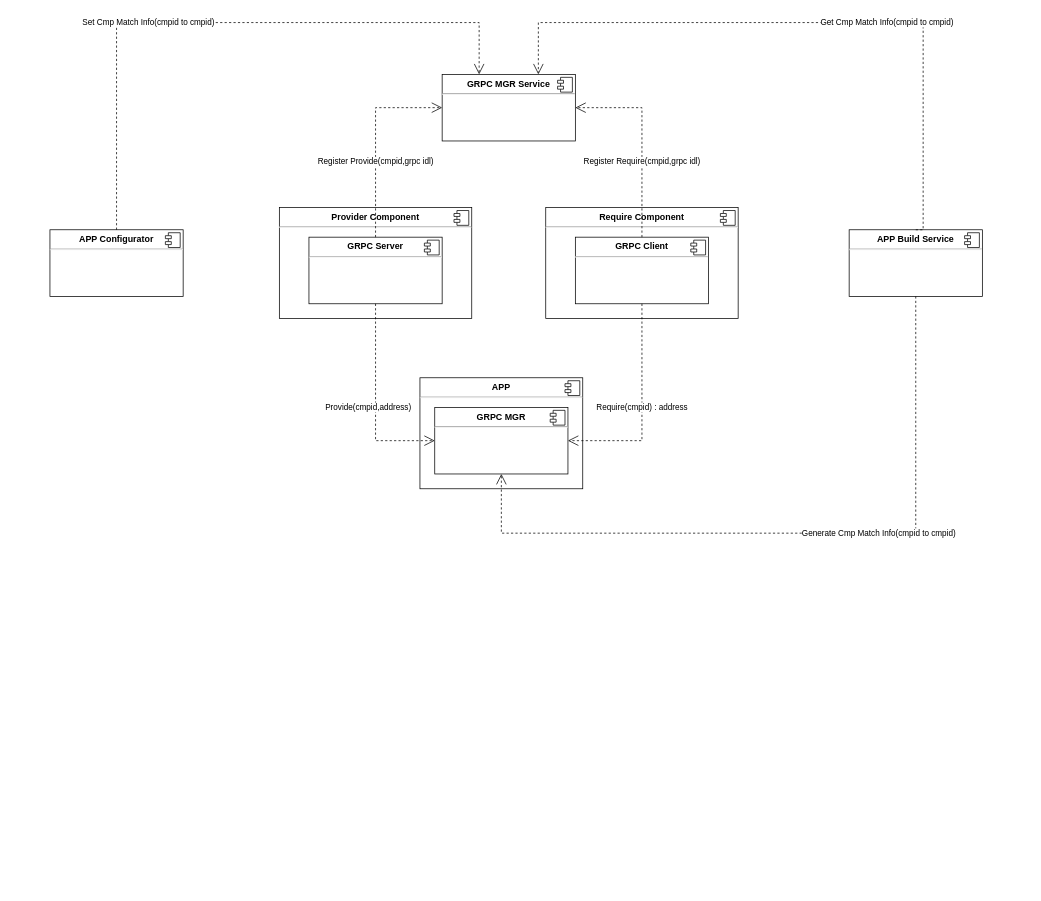
This is page "GRPC 解耦方案设计" (25 of 25) of nd-apf.drawio from kwhitestone/drawio, a draw.io file, before an edit. Source tidied: cells renumbered, new cells numbered last; positions are measured from the earlier drawing's top-left corner, leaving out a move shared by most shapes. Both pictures are drawn from the tidied source at 74%, with x=0, y=0 at pixel (50, 22).
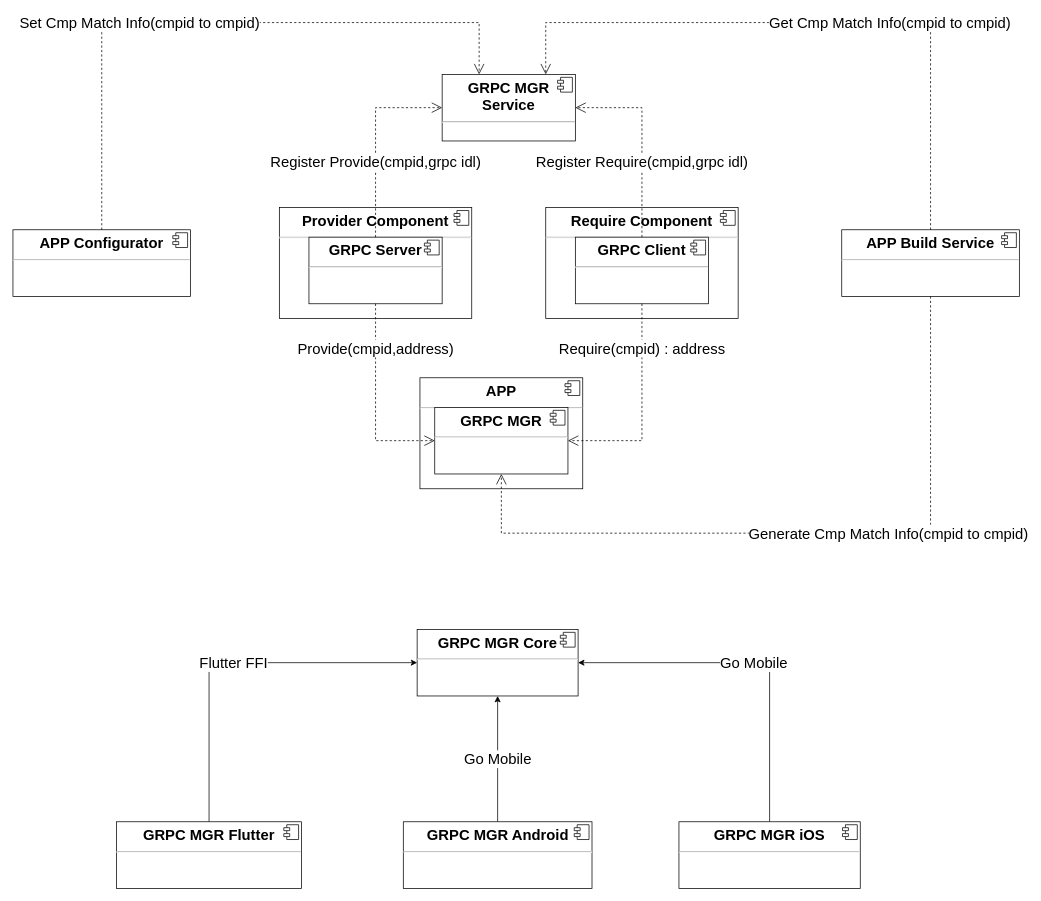
After the change.

What changed in the source:
```diff
@@
-    <mxCell id="2" value="&lt;p style=&quot;margin:0px;margin-top:6px;text-align:center;&quot;&gt;&lt;b&gt;Provider Component&lt;/b&gt;&lt;/p&gt;&lt;hr&gt;&lt;p style=&quot;margin:0px;margin-left:8px;&quot;&gt;&lt;br&gt;&lt;/p&gt;" style="align=left;overflow=fill;html=1;whiteSpace=wrap;" parent="1" vertex="1">
+    <mxCell id="2" value="&lt;p style=&quot;margin: 6px 0px 0px; text-align: center; font-size: 20px;&quot;&gt;&lt;b style=&quot;font-size: 20px;&quot;&gt;Provider Component&lt;/b&gt;&lt;/p&gt;&lt;hr style=&quot;font-size: 20px;&quot;&gt;&lt;p style=&quot;margin: 0px 0px 0px 8px; font-size: 20px;&quot;&gt;&lt;br style=&quot;font-size: 20px;&quot;&gt;&lt;/p&gt;" style="align=left;overflow=fill;html=1;whiteSpace=wrap;fontSize=20;" parent="1" vertex="1">
       <mxGeometry x="310" y="250" width="260" height="150" as="geometry" />
     </mxCell>
-    <mxCell id="3" style="shape=component;jettyWidth=8;jettyHeight=4;" parent="2" vertex="1">
+    <mxCell id="3" style="shape=component;jettyWidth=8;jettyHeight=4;fontSize=20;" parent="2" vertex="1">
       <mxGeometry x="1" width="20" height="20" relative="1" as="geometry">
         <mxPoint x="-24" y="4" as="offset" />
       </mxGeometry>
     </mxCell>
-    <mxCell id="4" value="&lt;p style=&quot;margin:0px;margin-top:6px;text-align:center;&quot;&gt;&lt;b&gt;Require Component&lt;/b&gt;&lt;/p&gt;&lt;hr&gt;&lt;p style=&quot;margin:0px;margin-left:8px;&quot;&gt;&lt;br&gt;&lt;/p&gt;" style="align=left;overflow=fill;html=1;whiteSpace=wrap;" parent="1" vertex="1">
+    <mxCell id="4" value="&lt;p style=&quot;margin: 6px 0px 0px; text-align: center; font-size: 20px;&quot;&gt;&lt;b style=&quot;font-size: 20px;&quot;&gt;Require Component&lt;/b&gt;&lt;/p&gt;&lt;hr style=&quot;font-size: 20px;&quot;&gt;&lt;p style=&quot;margin: 0px 0px 0px 8px; font-size: 20px;&quot;&gt;&lt;br style=&quot;font-size: 20px;&quot;&gt;&lt;/p&gt;" style="align=left;overflow=fill;html=1;whiteSpace=wrap;fontSize=20;" parent="1" vertex="1">
       <mxGeometry x="670" y="250" width="260" height="150" as="geometry" />
     </mxCell>
-    <mxCell id="5" style="shape=component;jettyWidth=8;jettyHeight=4;" parent="4" vertex="1">
+    <mxCell id="5" style="shape=component;jettyWidth=8;jettyHeight=4;fontSize=20;" parent="4" vertex="1">
       <mxGeometry x="1" width="20" height="20" relative="1" as="geometry">
         <mxPoint x="-24" y="4" as="offset" />
       </mxGeometry>
     </mxCell>
-    <mxCell id="6" value="&lt;p style=&quot;margin:0px;margin-top:6px;text-align:center;&quot;&gt;&lt;b&gt;GRPC Server&lt;/b&gt;&lt;/p&gt;&lt;hr&gt;&lt;p style=&quot;margin:0px;margin-left:8px;&quot;&gt;&lt;br&gt;&lt;/p&gt;" style="align=left;overflow=fill;html=1;whiteSpace=wrap;" parent="1" vertex="1">
+    <mxCell id="6" value="&lt;p style=&quot;margin: 6px 0px 0px; text-align: center; font-size: 20px;&quot;&gt;&lt;b style=&quot;font-size: 20px;&quot;&gt;GRPC Server&lt;/b&gt;&lt;/p&gt;&lt;hr style=&quot;font-size: 20px;&quot;&gt;&lt;p style=&quot;margin: 0px 0px 0px 8px; font-size: 20px;&quot;&gt;&lt;br style=&quot;font-size: 20px;&quot;&gt;&lt;/p&gt;" style="align=left;overflow=fill;html=1;whiteSpace=wrap;fontSize=20;" parent="1" vertex="1">
       <mxGeometry x="350" y="290" width="180" height="90" as="geometry" />
     </mxCell>
-    <mxCell id="7" style="shape=component;jettyWidth=8;jettyHeight=4;" parent="6" vertex="1">
+    <mxCell id="7" style="shape=component;jettyWidth=8;jettyHeight=4;fontSize=20;" parent="6" vertex="1">
       <mxGeometry x="1" width="20" height="20" relative="1" as="geometry">
         <mxPoint x="-24" y="4" as="offset" />
       </mxGeometry>
     </mxCell>
-    <mxCell id="8" value="&lt;p style=&quot;margin:0px;margin-top:6px;text-align:center;&quot;&gt;&lt;b&gt;GRPC Client&lt;/b&gt;&lt;/p&gt;&lt;hr&gt;&lt;p style=&quot;margin:0px;margin-left:8px;&quot;&gt;&lt;br&gt;&lt;/p&gt;" style="align=left;overflow=fill;html=1;whiteSpace=wrap;" parent="1" vertex="1">
+    <mxCell id="8" value="&lt;p style=&quot;margin: 6px 0px 0px; text-align: center; font-size: 20px;&quot;&gt;&lt;b style=&quot;font-size: 20px;&quot;&gt;GRPC Client&lt;/b&gt;&lt;/p&gt;&lt;hr style=&quot;font-size: 20px;&quot;&gt;&lt;p style=&quot;margin: 0px 0px 0px 8px; font-size: 20px;&quot;&gt;&lt;br style=&quot;font-size: 20px;&quot;&gt;&lt;/p&gt;" style="align=left;overflow=fill;html=1;whiteSpace=wrap;fontSize=20;" parent="1" vertex="1">
       <mxGeometry x="710" y="290" width="180" height="90" as="geometry" />
     </mxCell>
-    <mxCell id="9" style="shape=component;jettyWidth=8;jettyHeight=4;" parent="8" vertex="1">
+    <mxCell id="9" style="shape=component;jettyWidth=8;jettyHeight=4;fontSize=20;" parent="8" vertex="1">
       <mxGeometry x="1" width="20" height="20" relative="1" as="geometry">
         <mxPoint x="-24" y="4" as="offset" />
       </mxGeometry>
     </mxCell>
-    <mxCell id="10" value="&lt;p style=&quot;margin:0px;margin-top:6px;text-align:center;&quot;&gt;&lt;b&gt;APP&lt;/b&gt;&lt;/p&gt;&lt;hr&gt;&lt;p style=&quot;margin:0px;margin-left:8px;&quot;&gt;&lt;br&gt;&lt;/p&gt;" style="align=left;overflow=fill;html=1;whiteSpace=wrap;" parent="1" vertex="1">
+    <mxCell id="10" value="&lt;p style=&quot;margin: 6px 0px 0px; text-align: center; font-size: 20px;&quot;&gt;&lt;b style=&quot;font-size: 20px;&quot;&gt;APP&lt;/b&gt;&lt;/p&gt;&lt;hr style=&quot;font-size: 20px;&quot;&gt;&lt;p style=&quot;margin: 0px 0px 0px 8px; font-size: 20px;&quot;&gt;&lt;br style=&quot;font-size: 20px;&quot;&gt;&lt;/p&gt;" style="align=left;overflow=fill;html=1;whiteSpace=wrap;fontSize=20;" parent="1" vertex="1">
       <mxGeometry x="500" y="480" width="220" height="150" as="geometry" />
     </mxCell>
-    <mxCell id="11" style="shape=component;jettyWidth=8;jettyHeight=4;" parent="10" vertex="1">
+    <mxCell id="11" style="shape=component;jettyWidth=8;jettyHeight=4;fontSize=20;" parent="10" vertex="1">
       <mxGeometry x="1" width="20" height="20" relative="1" as="geometry">
         <mxPoint x="-24" y="4" as="offset" />
       </mxGeometry>
     </mxCell>
-    <mxCell id="12" value="&lt;p style=&quot;margin:0px;margin-top:6px;text-align:center;&quot;&gt;&lt;b&gt;GRPC MGR&lt;/b&gt;&lt;/p&gt;&lt;hr&gt;&lt;p style=&quot;margin:0px;margin-left:8px;&quot;&gt;&lt;br&gt;&lt;/p&gt;" style="align=left;overflow=fill;html=1;whiteSpace=wrap;" parent="1" vertex="1">
+    <mxCell id="12" value="&lt;p style=&quot;margin: 6px 0px 0px; text-align: center; font-size: 20px;&quot;&gt;&lt;b style=&quot;font-size: 20px;&quot;&gt;GRPC MGR&lt;/b&gt;&lt;/p&gt;&lt;hr style=&quot;font-size: 20px;&quot;&gt;&lt;p style=&quot;margin: 0px 0px 0px 8px; font-size: 20px;&quot;&gt;&lt;br style=&quot;font-size: 20px;&quot;&gt;&lt;/p&gt;" style="align=left;overflow=fill;html=1;whiteSpace=wrap;fontSize=20;" parent="1" vertex="1">
       <mxGeometry x="520" y="520" width="180" height="90" as="geometry" />
     </mxCell>
-    <mxCell id="13" style="shape=component;jettyWidth=8;jettyHeight=4;" parent="12" vertex="1">
+    <mxCell id="13" style="shape=component;jettyWidth=8;jettyHeight=4;fontSize=20;" parent="12" vertex="1">
       <mxGeometry x="1" width="20" height="20" relative="1" as="geometry">
         <mxPoint x="-24" y="4" as="offset" />
       </mxGeometry>
     </mxCell>
-    <mxCell id="14" value="Provide(cmpid,address)" style="endArrow=open;endSize=12;dashed=1;html=1;rounded=0;exitX=0.5;exitY=1;exitDx=0;exitDy=0;entryX=0;entryY=0.5;entryDx=0;entryDy=0;edgeStyle=orthogonalEdgeStyle;" parent="1" edge="1" source="6" target="12">
-      <mxGeometry x="0.06" y="-10" relative="1" as="geometry" />
+    <mxCell id="14" value="Provide(cmpid,address)" style="endArrow=open;endSize=12;dashed=1;html=1;rounded=0;exitX=0.5;exitY=1;exitDx=0;exitDy=0;entryX=0;entryY=0.5;entryDx=0;entryDy=0;edgeStyle=orthogonalEdgeStyle;fontSize=20;" parent="1" edge="1" source="6" target="12">
+      <mxGeometry x="-0.55" relative="1" as="geometry" />
     </mxCell>
-    <mxCell id="15" value="Require(cmpid) : address" style="endArrow=open;endSize=12;dashed=1;html=1;rounded=0;exitX=0.5;exitY=1;exitDx=0;exitDy=0;entryX=1;entryY=0.5;entryDx=0;entryDy=0;edgeStyle=orthogonalEdgeStyle;" parent="1" edge="1" source="8" target="12">
-      <mxGeometry x="-0.02" relative="1" as="geometry" />
+    <mxCell id="15" value="Require(cmpid) : address" style="endArrow=open;endSize=12;dashed=1;html=1;rounded=0;exitX=0.5;exitY=1;exitDx=0;exitDy=0;entryX=1;entryY=0.5;entryDx=0;entryDy=0;edgeStyle=orthogonalEdgeStyle;fontSize=20;" parent="1" edge="1" source="8" target="12">
+      <mxGeometry x="-0.58" relative="1" as="geometry" />
     </mxCell>
-    <mxCell id="16" value="&lt;p style=&quot;margin:0px;margin-top:6px;text-align:center;&quot;&gt;&lt;b&gt;GRPC MGR Service&lt;/b&gt;&lt;/p&gt;&lt;hr&gt;&lt;p style=&quot;margin:0px;margin-left:8px;&quot;&gt;&lt;br&gt;&lt;/p&gt;" style="align=left;overflow=fill;html=1;whiteSpace=wrap;" parent="1" vertex="1">
+    <mxCell id="16" value="&lt;p style=&quot;margin: 6px 0px 0px; text-align: center; font-size: 20px;&quot;&gt;&lt;b style=&quot;font-size: 20px;&quot;&gt;GRPC MGR Service&lt;/b&gt;&lt;/p&gt;&lt;hr style=&quot;font-size: 20px;&quot;&gt;&lt;p style=&quot;margin: 0px 0px 0px 8px; font-size: 20px;&quot;&gt;&lt;br style=&quot;font-size: 20px;&quot;&gt;&lt;/p&gt;" style="align=left;overflow=fill;html=1;whiteSpace=wrap;fontSize=20;" parent="1" vertex="1">
       <mxGeometry x="530" y="70" width="180" height="90" as="geometry" />
     </mxCell>
-    <mxCell id="17" style="shape=component;jettyWidth=8;jettyHeight=4;" parent="16" vertex="1">
+    <mxCell id="17" style="shape=component;jettyWidth=8;jettyHeight=4;fontSize=20;" parent="16" vertex="1">
       <mxGeometry x="1" width="20" height="20" relative="1" as="geometry">
         <mxPoint x="-24" y="4" as="offset" />
       </mxGeometry>
     </mxCell>
-    <mxCell id="18" value="Register Provide(cmpid,grpc idl)" style="endArrow=open;endSize=12;dashed=1;html=1;rounded=0;entryX=0;entryY=0.5;entryDx=0;entryDy=0;edgeStyle=orthogonalEdgeStyle;exitX=0.5;exitY=0;exitDx=0;exitDy=0;" parent="1" edge="1" source="6" target="16">
+    <mxCell id="18" value="Register Provide(cmpid,grpc idl)" style="endArrow=open;endSize=12;dashed=1;html=1;rounded=0;entryX=0;entryY=0.5;entryDx=0;entryDy=0;edgeStyle=orthogonalEdgeStyle;exitX=0.5;exitY=0;exitDx=0;exitDy=0;fontSize=20;" parent="1" edge="1" source="6" target="16">
       <mxGeometry x="-0.23" relative="1" as="geometry" />
     </mxCell>
-    <mxCell id="19" value="Register Require(cmpid,grpc idl)" style="endArrow=open;endSize=12;dashed=1;html=1;rounded=0;entryX=1;entryY=0.5;entryDx=0;entryDy=0;edgeStyle=orthogonalEdgeStyle;exitX=0.5;exitY=0;exitDx=0;exitDy=0;" parent="1" edge="1" source="8" target="16">
+    <mxCell id="19" value="Register Require(cmpid,grpc idl)" style="endArrow=open;endSize=12;dashed=1;html=1;rounded=0;entryX=1;entryY=0.5;entryDx=0;entryDy=0;edgeStyle=orthogonalEdgeStyle;exitX=0.5;exitY=0;exitDx=0;exitDy=0;fontSize=20;" parent="1" edge="1" source="8" target="16">
       <mxGeometry x="-0.23" relative="1" as="geometry" />
     </mxCell>
-    <mxCell id="20" value="&lt;p style=&quot;margin:0px;margin-top:6px;text-align:center;&quot;&gt;&lt;b&gt;APP Build Service&lt;/b&gt;&lt;/p&gt;&lt;hr&gt;&lt;p style=&quot;margin:0px;margin-left:8px;&quot;&gt;&lt;br&gt;&lt;/p&gt;" style="align=left;overflow=fill;html=1;whiteSpace=wrap;" parent="1" vertex="1">
-      <mxGeometry x="1080" y="280" width="180" height="90" as="geometry" />
+    <mxCell id="20" value="&lt;p style=&quot;margin: 6px 0px 0px; text-align: center; font-size: 20px;&quot;&gt;&lt;b style=&quot;font-size: 20px;&quot;&gt;APP Build Service&lt;/b&gt;&lt;/p&gt;&lt;hr style=&quot;font-size: 20px;&quot;&gt;&lt;p style=&quot;margin: 0px 0px 0px 8px; font-size: 20px;&quot;&gt;&lt;br style=&quot;font-size: 20px;&quot;&gt;&lt;/p&gt;" style="align=left;overflow=fill;html=1;whiteSpace=wrap;fontSize=20;" parent="1" vertex="1">
+      <mxGeometry x="1070" y="280" width="240" height="90" as="geometry" />
     </mxCell>
-    <mxCell id="21" style="shape=component;jettyWidth=8;jettyHeight=4;" parent="20" vertex="1">
+    <mxCell id="21" style="shape=component;jettyWidth=8;jettyHeight=4;fontSize=20;" parent="20" vertex="1">
       <mxGeometry x="1" width="20" height="20" relative="1" as="geometry">
         <mxPoint x="-24" y="4" as="offset" />
       </mxGeometry>
     </mxCell>
-    <mxCell id="22" value="Get Cmp Match Info(cmpid to cmpid)" style="endArrow=open;endSize=12;dashed=1;html=1;rounded=0;edgeStyle=orthogonalEdgeStyle;exitX=0.5;exitY=0;exitDx=0;exitDy=0;" parent="1" edge="1" source="20">
+    <mxCell id="22" value="Get Cmp Match Info(cmpid to cmpid)" style="endArrow=open;endSize=12;dashed=1;html=1;rounded=0;edgeStyle=orthogonalEdgeStyle;exitX=0.5;exitY=0;exitDx=0;exitDy=0;fontSize=20;" parent="1" edge="1" source="20">
       <mxGeometry x="-0.23" relative="1" as="geometry">
-        <mxPoint x="660" y="70" as="targetPoint" />
+        <mxPoint x="670" y="70" as="targetPoint" />
         <Array as="points">
-          <mxPoint x="1180" />
-          <mxPoint x="660" />
+          <mxPoint x="1190" />
+          <mxPoint x="670" />
         </Array>
       </mxGeometry>
     </mxCell>
-    <mxCell id="23" value="&lt;p style=&quot;margin:0px;margin-top:6px;text-align:center;&quot;&gt;&lt;b&gt;APP Configurator&lt;/b&gt;&lt;/p&gt;&lt;hr&gt;&lt;p style=&quot;margin:0px;margin-left:8px;&quot;&gt;&lt;br&gt;&lt;/p&gt;" style="align=left;overflow=fill;html=1;whiteSpace=wrap;" parent="1" vertex="1">
-      <mxGeometry y="280" width="180" height="90" as="geometry" />
+    <mxCell id="23" value="&lt;p style=&quot;margin: 6px 0px 0px; text-align: center; font-size: 20px;&quot;&gt;&lt;b style=&quot;font-size: 20px;&quot;&gt;APP Configurator&lt;/b&gt;&lt;/p&gt;&lt;hr style=&quot;font-size: 20px;&quot;&gt;&lt;p style=&quot;margin: 0px 0px 0px 8px; font-size: 20px;&quot;&gt;&lt;br style=&quot;font-size: 20px;&quot;&gt;&lt;/p&gt;" style="align=left;overflow=fill;html=1;whiteSpace=wrap;fontSize=20;" parent="1" vertex="1">
+      <mxGeometry x="-50" y="280" width="240" height="90" as="geometry" />
     </mxCell>
-    <mxCell id="24" style="shape=component;jettyWidth=8;jettyHeight=4;" parent="23" vertex="1">
+    <mxCell id="24" style="shape=component;jettyWidth=8;jettyHeight=4;fontSize=20;" parent="23" vertex="1">
       <mxGeometry x="1" width="20" height="20" relative="1" as="geometry">
         <mxPoint x="-24" y="4" as="offset" />
       </mxGeometry>
     </mxCell>
-    <mxCell id="25" value="Set Cmp Match Info(cmpid to cmpid)" style="endArrow=open;endSize=12;dashed=1;html=1;rounded=0;edgeStyle=orthogonalEdgeStyle;exitX=0.5;exitY=0;exitDx=0;exitDy=0;" parent="1" edge="1" source="23" target="16">
+    <mxCell id="25" value="Set Cmp Match Info(cmpid to cmpid)" style="endArrow=open;endSize=12;dashed=1;html=1;rounded=0;edgeStyle=orthogonalEdgeStyle;exitX=0.5;exitY=0;exitDx=0;exitDy=0;fontSize=20;" parent="1" edge="1" source="23" target="16">
       <mxGeometry x="-0.23" relative="1" as="geometry">
         <Array as="points">
-          <mxPoint x="90" />
+          <mxPoint x="70" />
           <mxPoint x="580" />
         </Array>
       </mxGeometry>
     </mxCell>
-    <mxCell id="26" value="Generate Cmp Match Info(cmpid to cmpid)" style="endArrow=open;endSize=12;dashed=1;html=1;rounded=0;edgeStyle=orthogonalEdgeStyle;exitX=0.5;exitY=1;exitDx=0;exitDy=0;entryX=0.5;entryY=1;entryDx=0;entryDy=0;" parent="1" edge="1" source="20" target="12">
+    <mxCell id="26" value="Generate Cmp Match Info(cmpid to cmpid)" style="endArrow=open;endSize=12;dashed=1;html=1;rounded=0;edgeStyle=orthogonalEdgeStyle;exitX=0.5;exitY=1;exitDx=0;exitDy=0;entryX=0.5;entryY=1;entryDx=0;entryDy=0;fontSize=20;" parent="1" edge="1" source="20" target="12">
       <mxGeometry x="-0.23" relative="1" as="geometry">
         <Array as="points">
-          <mxPoint x="1170" y="690" />
+          <mxPoint x="1190" y="690" />
           <mxPoint x="610" y="690" />
         </Array>
       </mxGeometry>
     </mxCell>
+    <mxCell id="27" value="&lt;p style=&quot;margin: 6px 0px 0px; text-align: center; font-size: 20px;&quot;&gt;&lt;b style=&quot;font-size: 20px;&quot;&gt;GRPC MGR Core&lt;/b&gt;&lt;/p&gt;&lt;hr style=&quot;font-size: 20px;&quot;&gt;&lt;p style=&quot;margin: 0px 0px 0px 8px; font-size: 20px;&quot;&gt;&lt;br style=&quot;font-size: 20px;&quot;&gt;&lt;/p&gt;" style="align=left;overflow=fill;html=1;whiteSpace=wrap;fontSize=20;" parent="1" vertex="1">
+      <mxGeometry x="496.2" y="820" width="217.5" height="90" as="geometry" />
+    </mxCell>
+    <mxCell id="28" style="shape=component;jettyWidth=8;jettyHeight=4;fontSize=20;" parent="27" vertex="1">
+      <mxGeometry x="1" width="20" height="20" relative="1" as="geometry">
+        <mxPoint x="-24" y="4" as="offset" />
+      </mxGeometry>
+    </mxCell>
+    <mxCell id="29" value="Flutter FFI" style="edgeStyle=orthogonalEdgeStyle;rounded=0;jettySize=auto;html=1;entryX=0;entryY=0.5;entryDx=0;entryDy=0;exitX=0.5;exitY=0;exitDx=0;exitDy=0;fontSize=20;" parent="1" edge="1" source="30" target="27">
+      <mxGeometry relative="1" as="geometry" />
+    </mxCell>
+    <mxCell id="30" value="&lt;p style=&quot;margin: 6px 0px 0px; text-align: center; font-size: 20px;&quot;&gt;&lt;b style=&quot;font-size: 20px;&quot;&gt;GRPC MGR Flutter&lt;/b&gt;&lt;/p&gt;&lt;hr style=&quot;font-size: 20px;&quot;&gt;&lt;p style=&quot;margin: 0px 0px 0px 8px; font-size: 20px;&quot;&gt;&lt;br style=&quot;font-size: 20px;&quot;&gt;&lt;/p&gt;" style="align=left;overflow=fill;html=1;whiteSpace=wrap;fontSize=20;" parent="1" vertex="1">
+      <mxGeometry x="90" y="1080" width="250" height="90" as="geometry" />
+    </mxCell>
+    <mxCell id="31" style="shape=component;jettyWidth=8;jettyHeight=4;fontSize=20;" parent="30" vertex="1">
+      <mxGeometry x="1" width="20" height="20" relative="1" as="geometry">
+        <mxPoint x="-24" y="4" as="offset" />
+      </mxGeometry>
+    </mxCell>
+    <mxCell id="32" value="Go Mobile" style="edgeStyle=orthogonalEdgeStyle;rounded=0;jettySize=auto;html=1;entryX=0.5;entryY=1;entryDx=0;entryDy=0;fontSize=20;" parent="1" edge="1" source="33" target="27">
+      <mxGeometry relative="1" as="geometry" />
+    </mxCell>
+    <mxCell id="33" value="&lt;p style=&quot;margin: 6px 0px 0px; text-align: center; font-size: 20px;&quot;&gt;&lt;b style=&quot;font-size: 20px;&quot;&gt;GRPC MGR Android&lt;/b&gt;&lt;/p&gt;&lt;hr style=&quot;font-size: 20px;&quot;&gt;&lt;p style=&quot;margin: 0px 0px 0px 8px; font-size: 20px;&quot;&gt;&lt;br style=&quot;font-size: 20px;&quot;&gt;&lt;/p&gt;" style="align=left;overflow=fill;html=1;whiteSpace=wrap;fontSize=20;" parent="1" vertex="1">
+      <mxGeometry x="477.5" y="1080" width="255" height="90" as="geometry" />
+    </mxCell>
+    <mxCell id="34" style="shape=component;jettyWidth=8;jettyHeight=4;fontSize=20;" parent="33" vertex="1">
+      <mxGeometry x="1" width="20" height="20" relative="1" as="geometry">
+        <mxPoint x="-24" y="4" as="offset" />
+      </mxGeometry>
+    </mxCell>
+    <mxCell id="35" value="Go Mobile" style="edgeStyle=orthogonalEdgeStyle;rounded=0;jettySize=auto;html=1;entryX=1;entryY=0.5;entryDx=0;entryDy=0;exitX=0.5;exitY=0;exitDx=0;exitDy=0;fontSize=20;" parent="1" edge="1" source="36" target="27">
+      <mxGeometry relative="1" as="geometry" />
+    </mxCell>
+    <mxCell id="36" value="&lt;p style=&quot;margin: 6px 0px 0px; text-align: center; font-size: 20px;&quot;&gt;&lt;b style=&quot;font-size: 20px;&quot;&gt;GRPC MGR iOS&lt;/b&gt;&lt;/p&gt;&lt;hr style=&quot;font-size: 20px;&quot;&gt;&lt;p style=&quot;margin: 0px 0px 0px 8px; font-size: 20px;&quot;&gt;&lt;br style=&quot;font-size: 20px;&quot;&gt;&lt;/p&gt;" style="align=left;overflow=fill;html=1;whiteSpace=wrap;fontSize=20;" parent="1" vertex="1">
+      <mxGeometry x="850" y="1080" width="245" height="90" as="geometry" />
+    </mxCell>
+    <mxCell id="37" style="shape=component;jettyWidth=8;jettyHeight=4;fontSize=20;" parent="36" vertex="1">
+      <mxGeometry x="1" width="20" height="20" relative="1" as="geometry">
+        <mxPoint x="-24" y="4" as="offset" />
+      </mxGeometry>
+    </mxCell>
```
